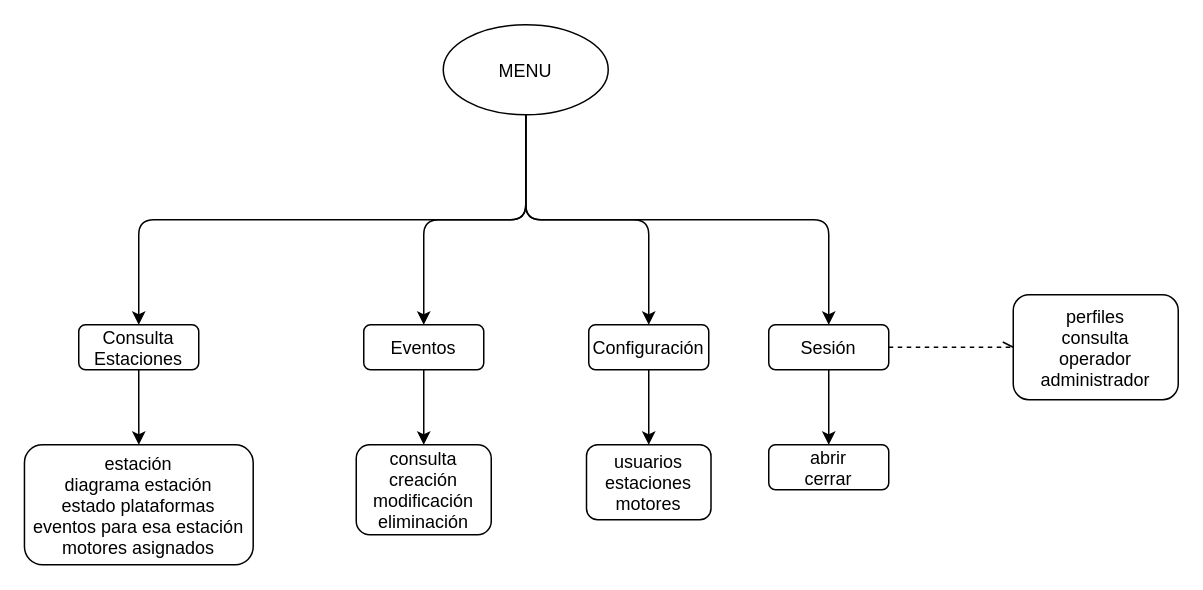
rjnogales/crm.mio keeps this draw.io diagram as page "menú" (5 of 6) of drawings/esquemasBasicos.drawio. Above is the earlier version. Source tidied: cells renumbered, new cells numbered last; positions are measured from the earlier drawing's top-left corner, leaving out a move shared by most shapes. Both pictures are drawn from the tidied source at 150%, with x=0, y=0 at pixel (24, 24).
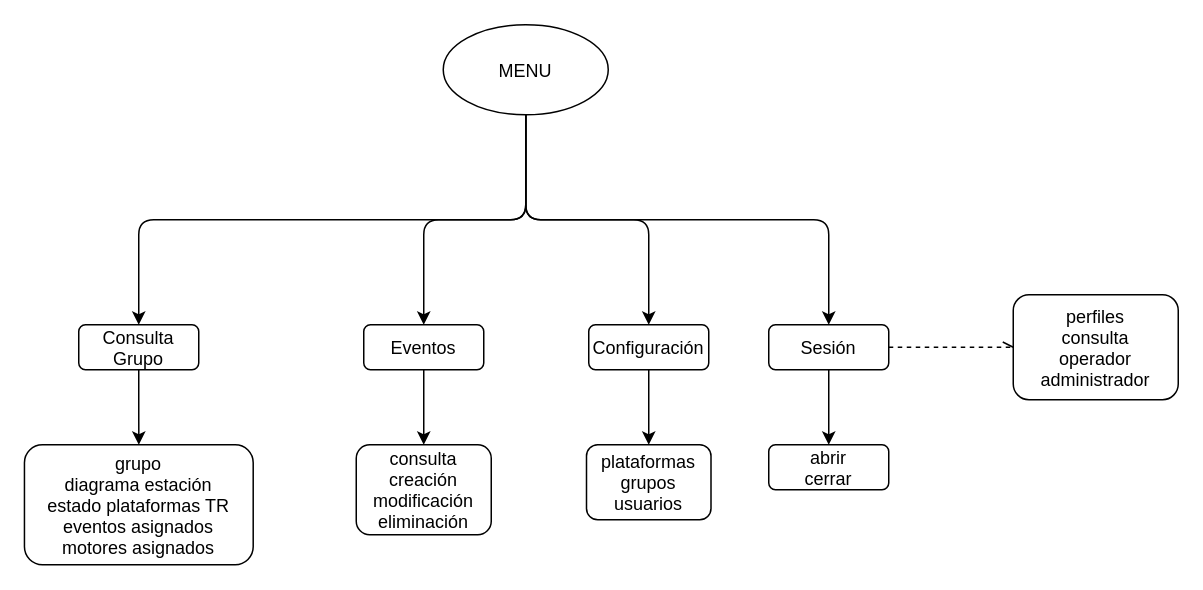
The same page after the edit.

What changed in the source:
```diff
@@
-    <mxCell id="3" value="Consulta&#10;Estaciones" style="rounded=1;" parent="1" vertex="1">
+    <mxCell id="3" value="Consulta&#10;Grupo" style="rounded=1;" parent="1" vertex="1">
       <mxGeometry x="36" y="200" width="80" height="30" as="geometry" />
     </mxCell>
@@
-    <mxCell id="5" value="estación&#10;diagrama estación&#10;estado plataformas&#10;eventos para esa estación&#10;motores asignados" style="rounded=1;" parent="1" vertex="1">
+    <mxCell id="5" value="grupo&#10;diagrama estación&#10;estado plataformas TR&#10;eventos asignados&#10;motores asignados" style="rounded=1;" parent="1" vertex="1">
       <mxGeometry x="-0.2" y="280" width="152.5" height="80" as="geometry" />
     </mxCell>
@@
-    <mxCell id="13" value="usuarios&#10;estaciones&#10;motores" style="rounded=1;" parent="1" vertex="1">
+    <mxCell id="13" value="plataformas&#10;grupos&#10;usuarios" style="rounded=1;" parent="1" vertex="1">
       <mxGeometry x="374.5" y="280" width="83" height="50" as="geometry" />
     </mxCell>
```
